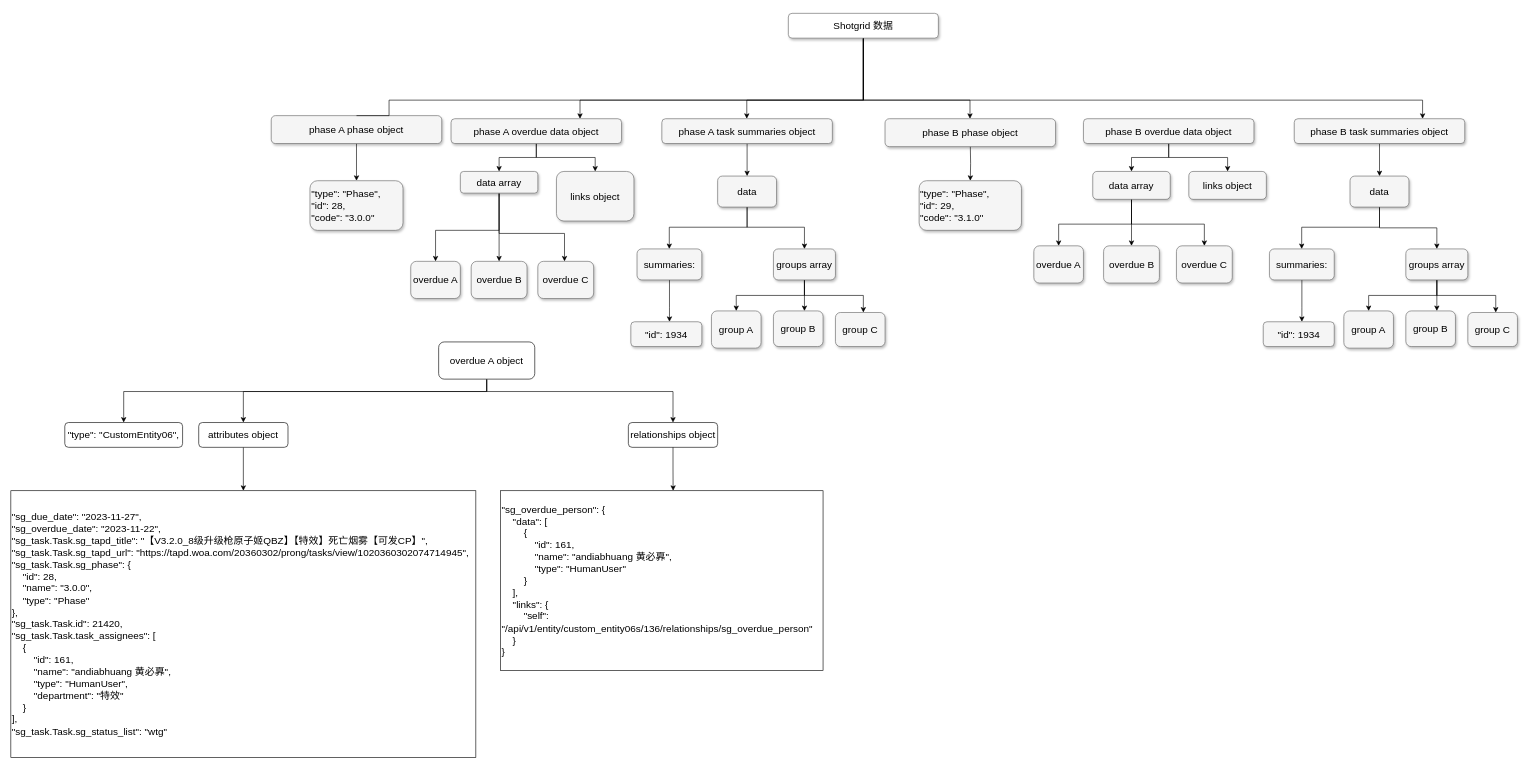
xintongw829/new_repo keeps this draw.io diagram as 未命名绘图.drawio. Above is the earlier version. Source tidied: cells renumbered, new cells numbered last; positions are measured from the earlier drawing's top-left corner, leaving out a move shared by most shapes. Both pictures are drawn from the tidied source at 62%, with x=0, y=0 at pixel (11, 13).
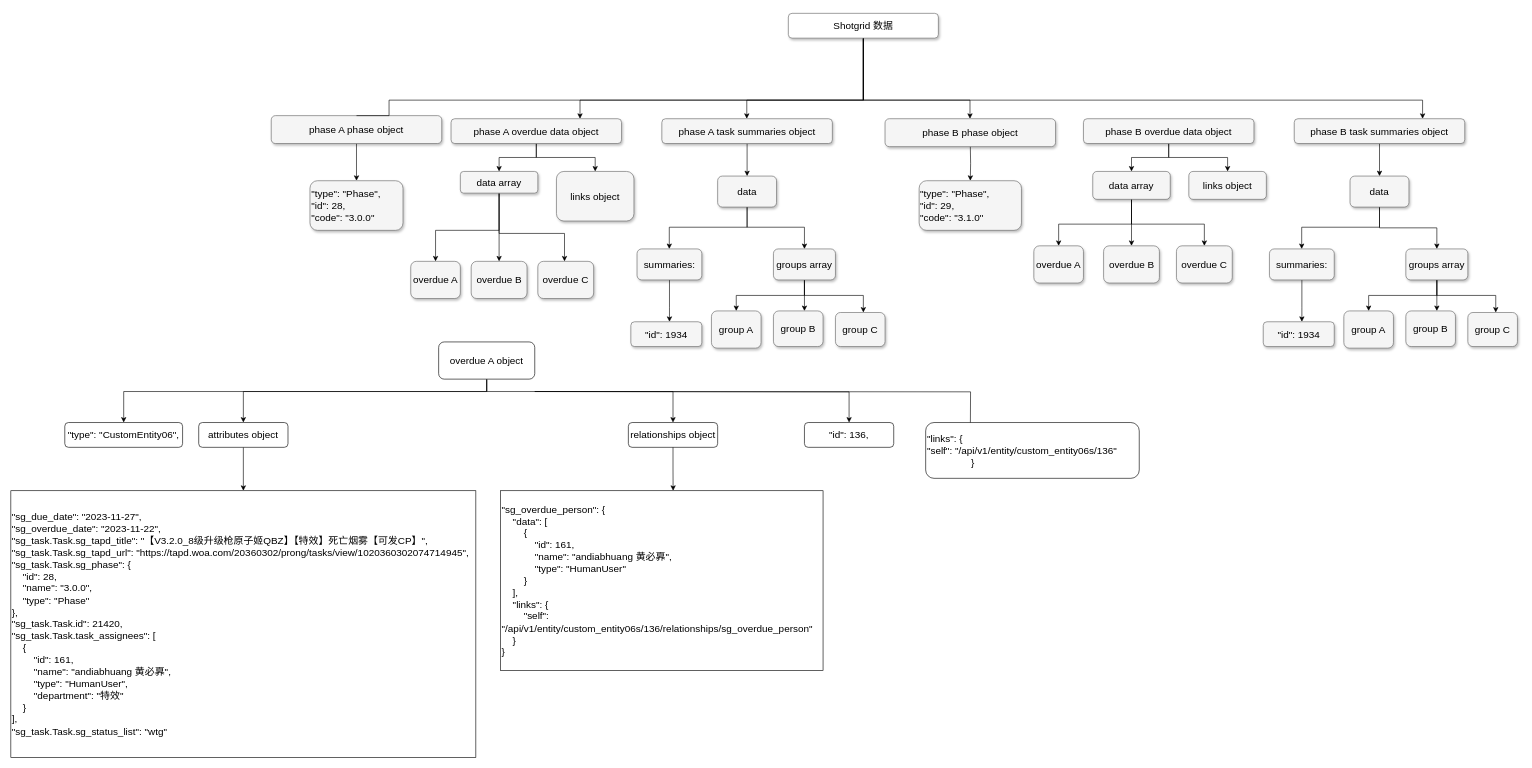
The same page after the edit.

Commit message (it also covers changes not shown here):
更新未命名绘图.drawio

Diff of the diagram source:
```diff
@@
+    <mxCell id="77" style="edgeStyle=orthogonalEdgeStyle;rounded=0;jettySize=auto;html=1;entryX=0.5;entryY=0;entryDx=0;entryDy=0;" parent="1" edge="1" target="79">
+      <mxGeometry relative="1" as="geometry">
+        <mxPoint x="845" y="610" as="sourcePoint" />
+      </mxGeometry>
+    </mxCell>
+    <mxCell id="78" style="edgeStyle=orthogonalEdgeStyle;rounded=0;orthogonalLoop=1;jettySize=auto;html=1;" parent="1" edge="1">
+      <mxGeometry relative="1" as="geometry">
+        <mxPoint x="845" y="610" as="sourcePoint" />
+        <mxPoint x="1547.4" y="709.9" as="targetPoint" />
+      </mxGeometry>
+    </mxCell>
@@
+    <mxCell id="79" value="&quot;id&quot;: 136," style="rounded=1;whiteSpace=wrap;html=1;fontSize=16;" parent="1" vertex="1">
+      <mxGeometry x="1280" y="660" width="144" height="40" as="geometry" />
+    </mxCell>
+    <mxCell id="80" value="&quot;links&quot;: {&lt;br&gt;&quot;self&quot;: &quot;/api/v1/entity/custom_entity06s/136&quot;&lt;br&gt;&amp;nbsp; &amp;nbsp; &amp;nbsp; &amp;nbsp; &amp;nbsp; &amp;nbsp; &amp;nbsp; &amp;nbsp; }" style="rounded=1;whiteSpace=wrap;html=1;align=left;fontSize=16;" parent="1" vertex="1">
+      <mxGeometry x="1475.5" y="660" width="344.5" height="90" as="geometry" />
+    </mxCell>
```
